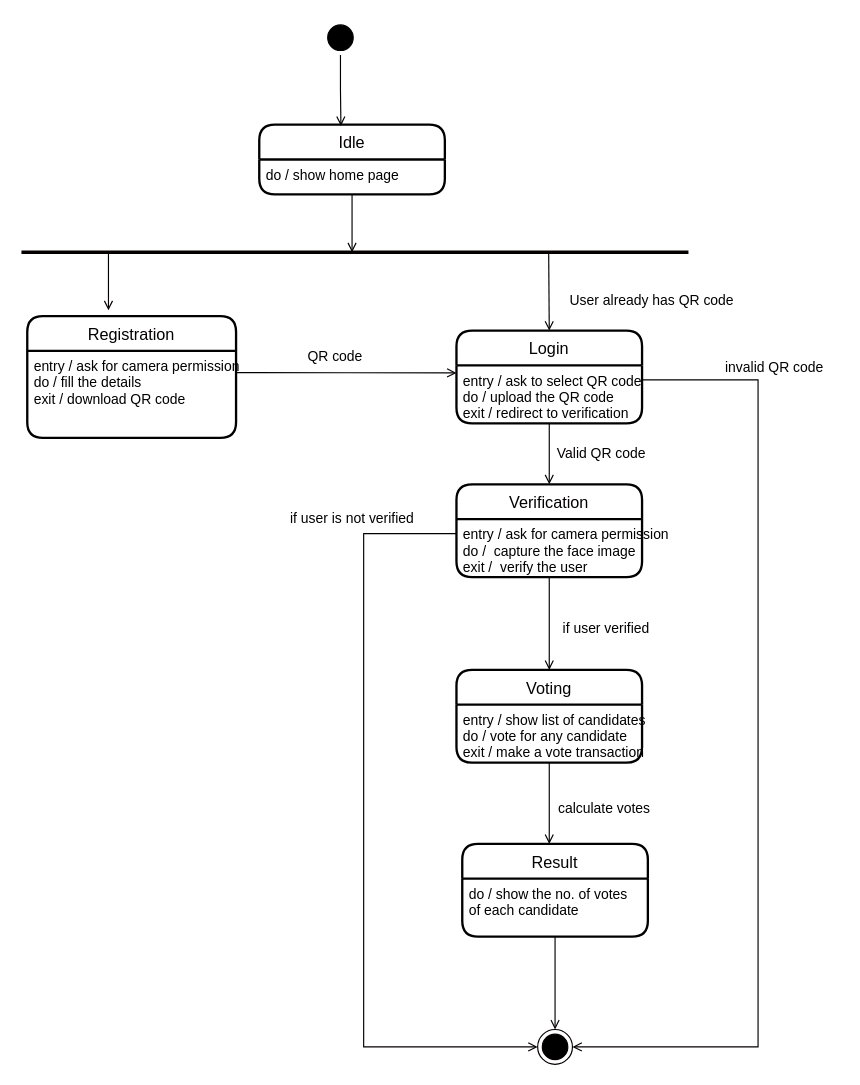
Above: StateDiagram.drawio in matic14/BLockVote-UML-Diagram (draw.io), before the change. Source tidied: cells renumbered, new cells numbered last; positions are measured from the earlier drawing's top-left corner, leaving out a move shared by most shapes. Both pictures are drawn from the tidied source at 116%, with x=0, y=0 at pixel (21, 20).
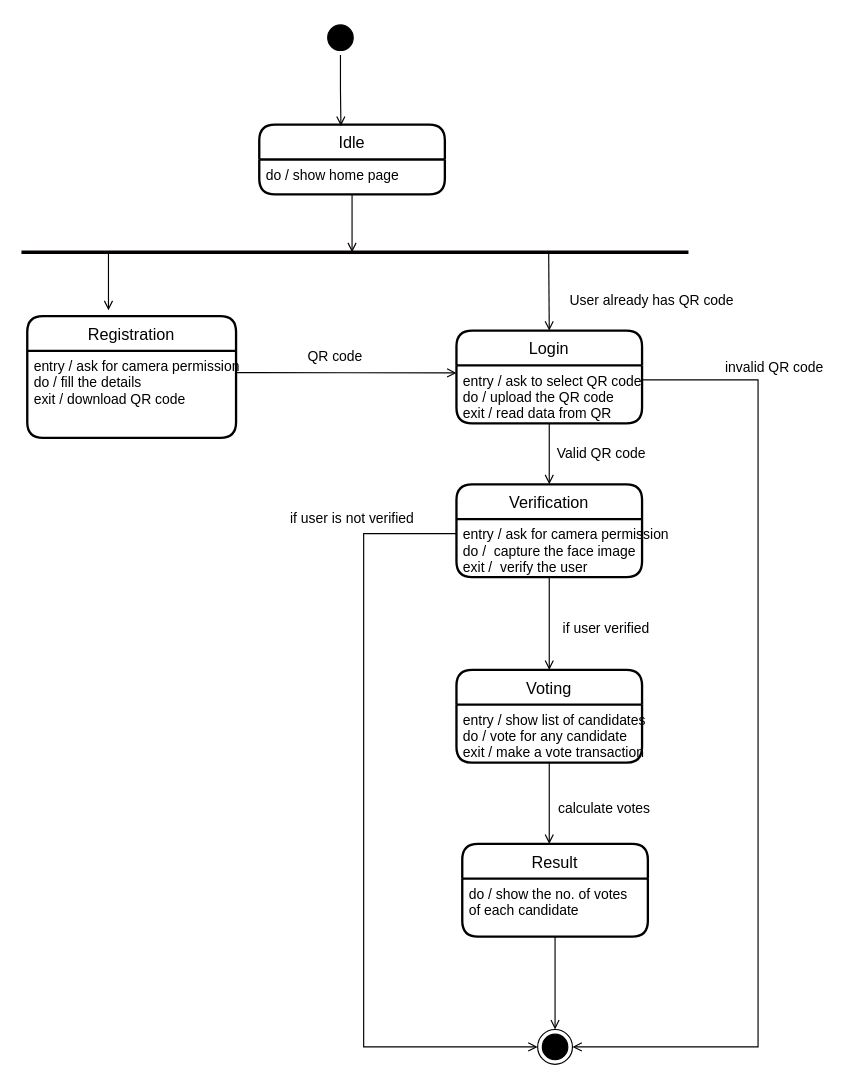
After the change.

The change refers to these unchanged cells:
```xml
<mxCell id="4" value="Login" style="swimlane;horizontal=1;startSize=30;fillColor=#FFFFFF;fontColor=#030000;rounded=1;fontSize=14;fontStyle=0;strokeWidth=2;shadow=0;dashed=0;align=center;" parent="1" vertex="1">
  <mxGeometry x="375" y="267.5" width="160" height="80" as="geometry" />
</mxCell>
```

Diff of the diagram source:
```diff
@@
-    <mxCell id="5" value="entry / ask to select QR code&#10;do / upload the QR code&#10;exit / redirect to verification " style="align=left;strokeColor=none;fillColor=none;spacingLeft=4;fontSize=12;verticalAlign=top;" parent="4" vertex="1">
+    <mxCell id="5" value="entry / ask to select QR code&#10;do / upload the QR code&#10;exit / read data from QR" style="align=left;strokeColor=none;fillColor=none;spacingLeft=4;fontSize=12;verticalAlign=top;" parent="4" vertex="1">
       <mxGeometry y="30" width="160" height="50" as="geometry" />
     </mxCell>
```
